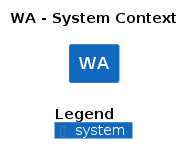
Earlier version of the PlantUML export docs/c4/wa/images/structurizr-wa-context.png (hmcts/cnp-api-docs).
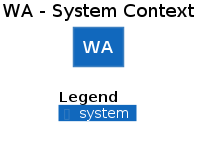
The same file after the commit.

The edit, as a diff of the source:
```diff
@@ -3,10 +3,10 @@
 
 top to bottom direction
 
-!include https://raw.githubusercontent.com/plantuml-stdlib/C4-PlantUML/master/C4.puml
-!include https://raw.githubusercontent.com/plantuml-stdlib/C4-PlantUML/master/C4_Context.puml
+!includeurl https://raw.githubusercontent.com/plantuml-stdlib/C4-PlantUML/master/C4.puml
+!includeurl https://raw.githubusercontent.com/plantuml-stdlib/C4-PlantUML/master/C4_Context.puml
 
-System(WA, "WA", "", $tags="")
+System(WA, "WA", "")
 
 
 SHOW_DYNAMIC_LEGEND()
```
